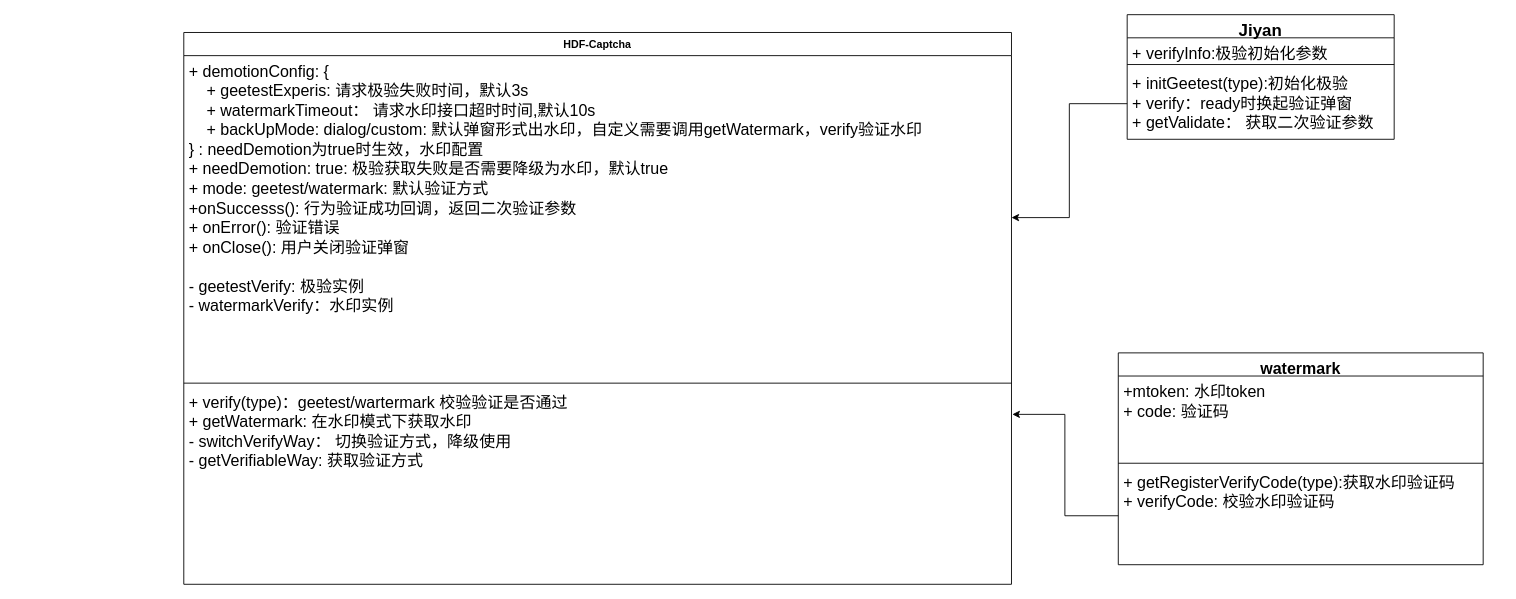
The draw.io diagram 极验组件类图.drawio in CYFW/drawio, before the edit. Source tidied: cells renumbered, new cells numbered last; positions are measured from the earlier drawing's top-left corner, leaving out a move shared by most shapes. Both pictures are drawn from the tidied source at 89%, with x=0, y=0 at pixel (183, -21).
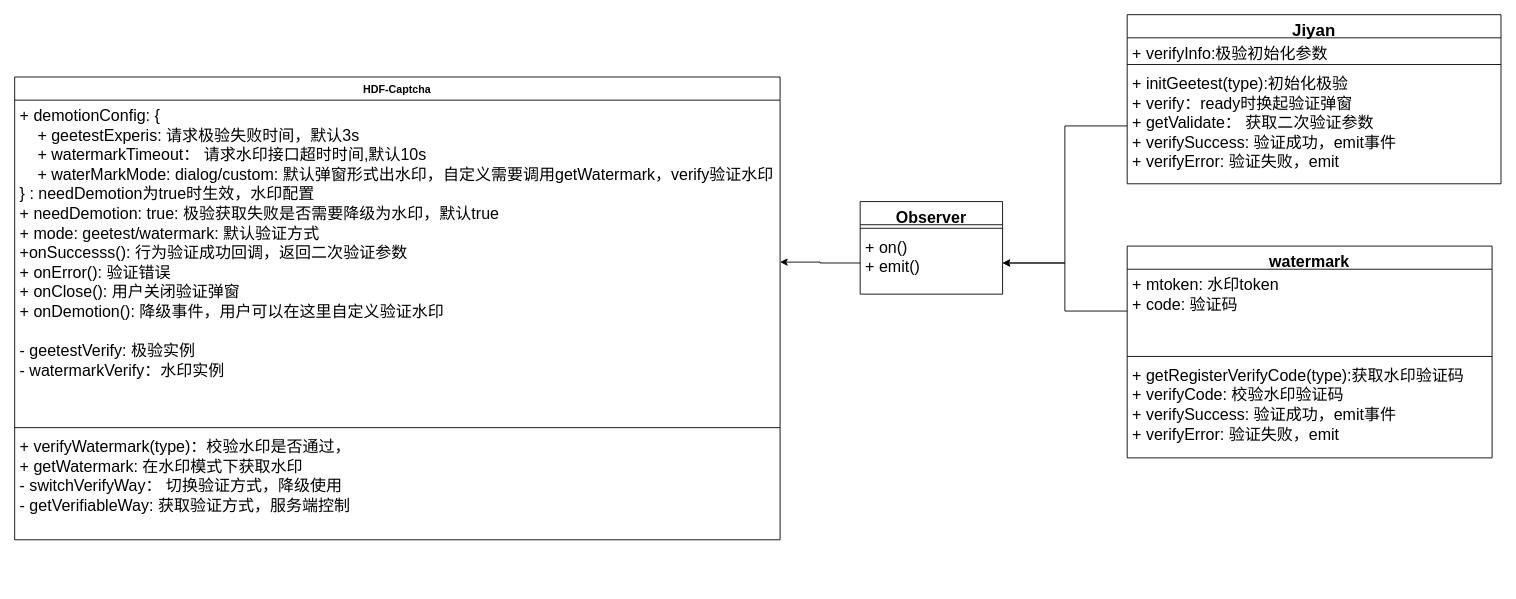
After the change.

Commit message:
更新极验组件类图.drawio

Change to the diagram source:
```diff
@@
     <mxCell id="3" value="HDF-Captcha" style="swimlane;fontStyle=1;align=center;verticalAlign=top;horizontal=1;startSize=26;" parent="1" vertex="1">
-      <mxGeometry y="60" width="930" height="620" as="geometry" />
+      <mxGeometry x="-190" y="110" width="860" height="520" as="geometry" />
     </mxCell>
-    <mxCell id="4" value="+ demotionConfig: {&#10;    + geetestExperis: 请求极验失败时间，默认3s&#10;    + watermarkTimeout： 请求水印接口超时时间,默认10s&#10;    + backUpMode: dialog/custom: 默认弹窗形式出水印，自定义需要调用getWatermark，verify验证水印&#10;} : needDemotion为true时生效，水印配置&#10;+ needDemotion: true: 极验获取失败是否需要降级为水印，默认true&#10;+ mode: geetest/watermark: 默认验证方式&#10;+onSuccesss(): 行为验证成功回调，返回二次验证参数&#10;+ onError(): 验证错误&#10;+ onClose(): 用户关闭验证弹窗&#10;&#10;- geetestVerify: 极验实例&#10;- watermarkVerify：水印实例&#10;" style="text;strokeColor=none;fillColor=none;align=left;verticalAlign=top;spacingLeft=4;spacingRight=4;overflow=hidden;points=[[0,0.5],[1,0.5]];portConstraint=eastwest;fontSize=18;" parent="3" vertex="1">
-      <mxGeometry y="26" width="930" height="364" as="geometry" />
+    <mxCell id="4" value="+ demotionConfig: {&#10;    + geetestExperis: 请求极验失败时间，默认3s&#10;    + watermarkTimeout： 请求水印接口超时时间,默认10s&#10;    + waterMarkMode: dialog/custom: 默认弹窗形式出水印，自定义需要调用getWatermark，verify验证水印&#10;} : needDemotion为true时生效，水印配置&#10;+ needDemotion: true: 极验获取失败是否需要降级为水印，默认true&#10;+ mode: geetest/watermark: 默认验证方式&#10;+onSuccesss(): 行为验证成功回调，返回二次验证参数&#10;+ onError(): 验证错误&#10;+ onClose(): 用户关闭验证弹窗&#10;+ onDemotion(): 降级事件，用户可以在这里自定义验证水印&#10;&#10;- geetestVerify: 极验实例&#10;- watermarkVerify：水印实例&#10;" style="text;strokeColor=none;fillColor=none;align=left;verticalAlign=top;spacingLeft=4;spacingRight=4;overflow=hidden;points=[[0,0.5],[1,0.5]];portConstraint=eastwest;fontSize=18;" parent="3" vertex="1">
+      <mxGeometry y="26" width="860" height="364" as="geometry" />
     </mxCell>
     <mxCell id="5" style="line;strokeWidth=1;fillColor=none;align=left;verticalAlign=middle;spacingTop=-1;spacingLeft=3;spacingRight=3;labelPosition=right;" parent="3" vertex="1">
-      <mxGeometry y="390" width="930" height="8" as="geometry" />
+      <mxGeometry y="390" width="860" height="8" as="geometry" />
     </mxCell>
-    <mxCell id="6" value="+ verify(type)：geetest/wartermark 校验验证是否通过&#10;+ getWatermark: 在水印模式下获取水印&#10;- switchVerifyWay： 切换验证方式，降级使用&#10;- getVerifiableWay: 获取验证方式" style="text;strokeColor=none;fillColor=none;align=left;verticalAlign=top;spacingLeft=4;spacingRight=4;overflow=hidden;points=[[0,0.5],[1,0.5]];portConstraint=eastwest;fontSize=18;" parent="3" vertex="1">
-      <mxGeometry y="398" width="930" height="222" as="geometry" />
+    <mxCell id="6" value="+ verifyWatermark(type)：校验水印是否通过，&#10;+ getWatermark: 在水印模式下获取水印&#10;- switchVerifyWay： 切换验证方式，降级使用&#10;- getVerifiableWay: 获取验证方式，服务端控制" style="text;strokeColor=none;fillColor=none;align=left;verticalAlign=top;spacingLeft=4;spacingRight=4;overflow=hidden;points=[[0,0.5],[1,0.5]];portConstraint=eastwest;fontSize=18;" parent="3" vertex="1">
+      <mxGeometry y="398" width="860" height="122" as="geometry" />
     </mxCell>
     <mxCell id="7" value="Jiyan" style="swimlane;fontStyle=1;align=center;verticalAlign=top;horizontal=1;startSize=26;fontSize=19;" parent="1" vertex="1">
-      <mxGeometry x="1060" y="40" width="300" height="140" as="geometry" />
+      <mxGeometry x="1060" y="40" width="420" height="190" as="geometry" />
     </mxCell>
     <mxCell id="8" value="+ verifyInfo:极验初始化参数" style="text;strokeColor=none;fillColor=none;align=left;verticalAlign=top;spacingLeft=4;spacingRight=4;overflow=hidden;fontSize=18;" parent="7" vertex="1">
-      <mxGeometry y="26" width="300" height="26" as="geometry" />
+      <mxGeometry y="26" width="420" height="26" as="geometry" />
     </mxCell>
     <mxCell id="9" style="line;strokeWidth=1;fillColor=none;align=left;verticalAlign=middle;spacingTop=-1;spacingLeft=3;spacingRight=3;labelPosition=right;" parent="7" vertex="1">
-      <mxGeometry y="52" width="300" height="8" as="geometry" />
+      <mxGeometry y="52" width="420" height="8" as="geometry" />
     </mxCell>
-    <mxCell id="10" value="+ initGeetest(type):初始化极验&#10;+ verify：ready时换起验证弹窗&#10;+ getValidate： 获取二次验证参数" style="text;strokeColor=none;fillColor=none;align=left;verticalAlign=top;spacingLeft=4;spacingRight=4;overflow=hidden;points=[[0,0.5],[1,0.5]];portConstraint=eastwest;fontSize=18;" parent="7" vertex="1">
-      <mxGeometry y="60" width="300" height="80" as="geometry" />
+    <mxCell id="10" value="+ initGeetest(type):初始化极验&#10;+ verify：ready时换起验证弹窗&#10;+ getValidate： 获取二次验证参数&#10;+ verifySuccess: 验证成功，emit事件&#10;+ verifyError: 验证失败，emit" style="text;strokeColor=none;fillColor=none;align=left;verticalAlign=top;spacingLeft=4;spacingRight=4;overflow=hidden;points=[[0,0.5],[1,0.5]];portConstraint=eastwest;fontSize=18;" parent="7" vertex="1">
+      <mxGeometry y="60" width="420" height="130" as="geometry" />
     </mxCell>
     <mxCell id="11" value="watermark" style="swimlane;fontStyle=1;align=center;verticalAlign=top;horizontal=1;startSize=26;fontSize=18;" parent="1" vertex="1">
-      <mxGeometry x="1050" y="420" width="410" height="238" as="geometry" />
+      <mxGeometry x="1060" y="300" width="410" height="238" as="geometry" />
     </mxCell>
-    <mxCell id="12" value="+mtoken: 水印token&#10;+ code: 验证码" style="text;strokeColor=none;fillColor=none;align=left;verticalAlign=top;spacingLeft=4;spacingRight=4;overflow=hidden;points=[[0,0.5],[1,0.5]];portConstraint=eastwest;fontSize=18;" parent="11" vertex="1">
+    <mxCell id="12" value="+ mtoken: 水印token&#10;+ code: 验证码" style="text;strokeColor=none;fillColor=none;align=left;verticalAlign=top;spacingLeft=4;spacingRight=4;overflow=hidden;points=[[0,0.5],[1,0.5]];portConstraint=eastwest;fontSize=18;" parent="11" vertex="1">
       <mxGeometry y="26" width="410" height="94" as="geometry" />
     </mxCell>
@@
-    <mxCell id="14" value="+ getRegisterVerifyCode(type):获取水印验证码&#10;+ verifyCode: 校验水印验证码" style="text;strokeColor=none;fillColor=none;align=left;verticalAlign=top;spacingLeft=4;spacingRight=4;overflow=hidden;points=[[0,0.5],[1,0.5]];portConstraint=eastwest;fontSize=18;" parent="11" vertex="1">
+    <mxCell id="14" value="+ getRegisterVerifyCode(type):获取水印验证码&#10;+ verifyCode: 校验水印验证码&#10;+ verifySuccess: 验证成功，emit事件&#10;+ verifyError: 验证失败，emit" style="text;strokeColor=none;fillColor=none;align=left;verticalAlign=top;spacingLeft=4;spacingRight=4;overflow=hidden;points=[[0,0.5],[1,0.5]];portConstraint=eastwest;fontSize=18;" parent="11" vertex="1">
       <mxGeometry y="128" width="410" height="110" as="geometry" />
     </mxCell>
-    <mxCell id="15" style="edgeStyle=orthogonalEdgeStyle;rounded=0;jettySize=auto;html=1;exitX=0;exitY=0.5;exitDx=0;exitDy=0;entryX=1;entryY=0.5;entryDx=0;entryDy=0;fontSize=18;" parent="1" edge="1" source="10" target="4">
-      <mxGeometry relative="1" as="geometry" />
-    </mxCell>
-    <mxCell id="16" style="edgeStyle=orthogonalEdgeStyle;rounded=0;jettySize=auto;html=1;entryX=1.001;entryY=0.14;entryDx=0;entryDy=0;entryPerimeter=0;fontSize=18;" parent="1" edge="1" source="14" target="6">
-      <mxGeometry relative="1" as="geometry" />
-    </mxCell>
+    <mxCell id="17" value="Observer" style="swimlane;fontStyle=1;align=center;verticalAlign=top;horizontal=1;startSize=26;fontSize=18;" parent="1" vertex="1">
+      <mxGeometry x="760" y="250" width="160" height="104" as="geometry" />
+    </mxCell>
+    <mxCell id="18" style="line;strokeWidth=1;fillColor=none;align=left;verticalAlign=middle;spacingTop=-1;spacingLeft=3;spacingRight=3;labelPosition=right;fontSize=18;" parent="17" vertex="1">
+      <mxGeometry y="26" width="160" height="8" as="geometry" />
+    </mxCell>
+    <mxCell id="19" value="+ on()&#10;+ emit()" style="text;strokeColor=none;fillColor=none;align=left;verticalAlign=top;spacingLeft=4;spacingRight=4;overflow=hidden;points=[[0,0.5],[1,0.5]];portConstraint=eastwest;fontSize=18;" parent="17" vertex="1">
+      <mxGeometry y="34" width="160" height="70" as="geometry" />
+    </mxCell>
+    <mxCell id="20" style="edgeStyle=orthogonalEdgeStyle;rounded=0;jettySize=auto;html=1;exitX=0;exitY=0.5;exitDx=0;exitDy=0;entryX=1;entryY=0.5;entryDx=0;entryDy=0;fontSize=18;" parent="1" edge="1" source="10" target="19">
+      <mxGeometry relative="1" as="geometry" />
+    </mxCell>
+    <mxCell id="21" style="edgeStyle=orthogonalEdgeStyle;rounded=0;jettySize=auto;html=1;exitX=0;exitY=0.5;exitDx=0;exitDy=0;entryX=1;entryY=0.5;entryDx=0;entryDy=0;fontSize=18;" parent="1" edge="1" source="12" target="19">
+      <mxGeometry relative="1" as="geometry" />
+    </mxCell>
+    <mxCell id="22" style="edgeStyle=orthogonalEdgeStyle;rounded=0;jettySize=auto;html=1;exitX=0;exitY=0.5;exitDx=0;exitDy=0;fontSize=18;" parent="1" edge="1" source="19" target="4">
+      <mxGeometry relative="1" as="geometry" />
+    </mxCell>
```
